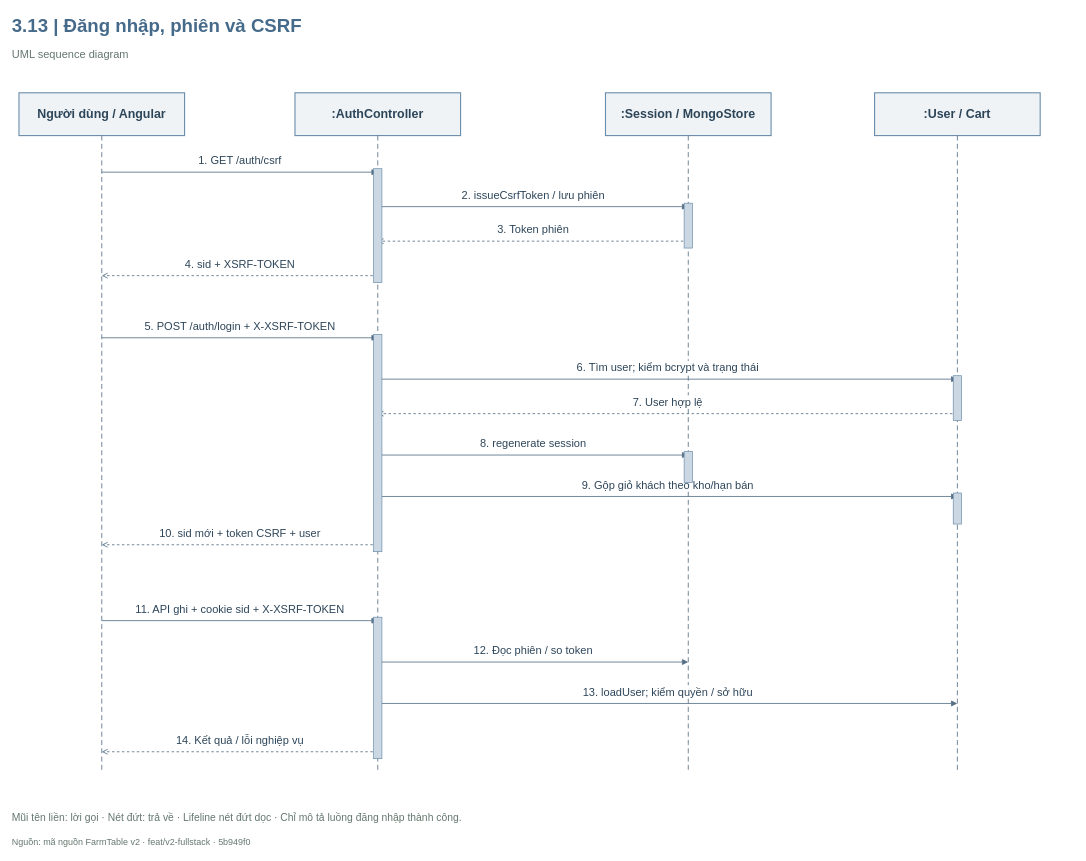
The draw.io diagram FarmTable_Chuong3/So_do_BA/drawio/Hinh_3_13.drawio in hathu1272006-eng/PTWnangcao, before the edit. Source tidied: cells renumbered, new cells numbered last; positions are measured from the earlier drawing's top-left corner, leaving out a move shared by most shapes. Both pictures are drawn from the tidied source at 69%, with x=0, y=0 at pixel (12, 12).
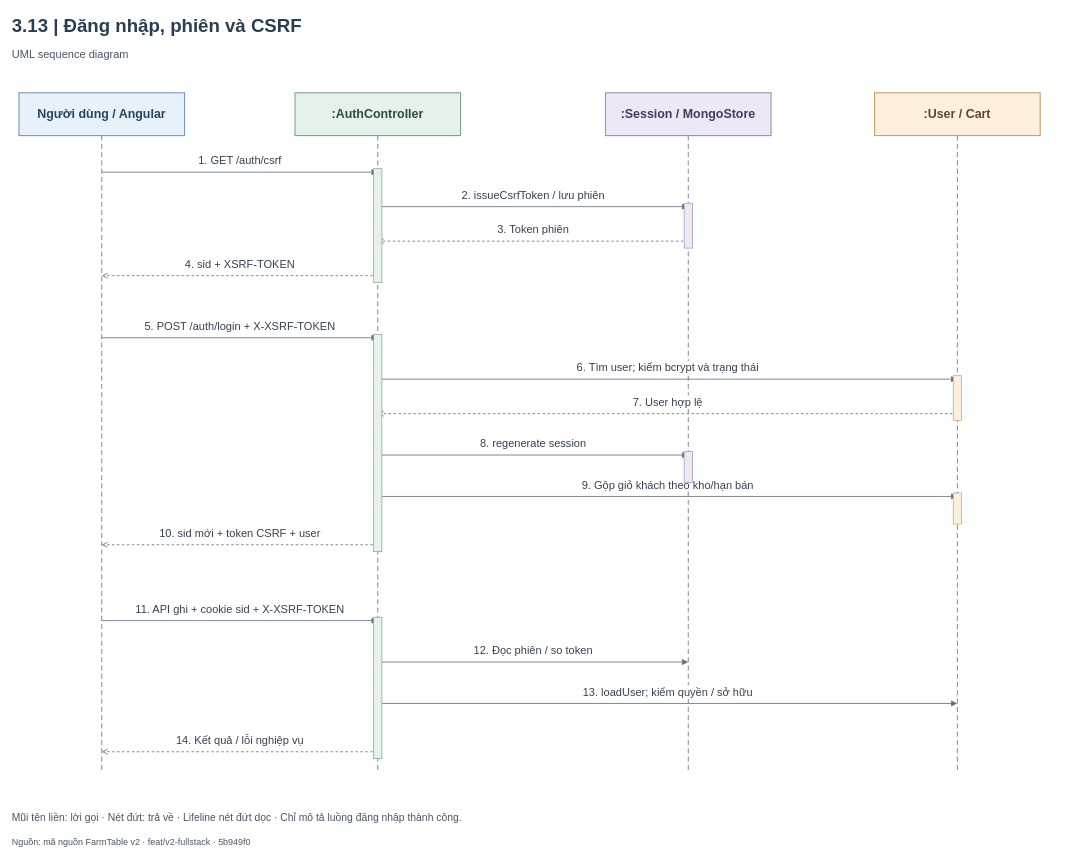
After the change.

Change to the diagram source:
```diff
@@
-    <mxCell id="2" value="3.13  |  Đăng nhập, phiên và CSRF" style="html=1;whiteSpace=wrap;fontFamily=Arial;fontSize=18;strokeColor=#245C47;strokeWidth=1.6;fillColor=#FFFFFF;spacing=8;text;strokeColor=none;fillColor=none;align=left;verticalAlign=middle;fontSize=27;fontStyle=1;spacing=0;fontColor=#466A8A;" parent="1" vertex="1">
+    <mxCell id="2" value="3.13  |  Đăng nhập, phiên và CSRF" style="html=1;whiteSpace=wrap;fontFamily=Arial;fontSize=18;strokeColor=#245C47;strokeWidth=1.6;fillColor=#FFFFFF;spacing=8;text;strokeColor=none;fillColor=none;align=left;verticalAlign=middle;fontSize=27;fontStyle=1;spacing=0;fontColor=#293E50;" parent="1" vertex="1">
       <mxGeometry width="1540" height="40" as="geometry" />
     </mxCell>
-    <mxCell id="3" value="UML sequence diagram" style="html=1;whiteSpace=wrap;fontFamily=Arial;fontSize=18;fontColor=#243B32;strokeColor=#245C47;strokeWidth=1.6;fillColor=#FFFFFF;spacing=8;text;strokeColor=none;fillColor=none;align=left;verticalAlign=middle;fontSize=16;fontStyle=0;fontColor=#64776E;spacing=0;" parent="1" vertex="1">
+    <mxCell id="3" value="UML sequence diagram" style="html=1;whiteSpace=wrap;fontFamily=Arial;fontSize=18;strokeColor=#245C47;strokeWidth=1.6;fillColor=#FFFFFF;spacing=8;text;strokeColor=none;fillColor=none;align=left;verticalAlign=middle;fontSize=16;fontStyle=0;spacing=0;fontColor=#4A5563;" parent="1" vertex="1">
       <mxGeometry y="47" width="1540" height="28" as="geometry" />
     </mxCell>
-    <mxCell id="4" value="Người dùng / Angular" style="html=1;whiteSpace=wrap;fontFamily=Arial;fontSize=18;strokeWidth=1.6;spacing=8;rounded=0;fontStyle=1;fontSize=18;fillColor=#EFF3F6;strokeColor=#6A8DAB;fontColor=#2D4559;" parent="1" vertex="1">
+    <mxCell id="4" value="Người dùng / Angular" style="html=1;whiteSpace=wrap;fontFamily=Arial;fontSize=18;strokeWidth=1.6;spacing=8;rounded=0;fontStyle=1;fontSize=18;fillColor=#E7F1FA;strokeColor=#789AB8;fontColor=#29445A;" parent="1" vertex="1">
       <mxGeometry x="10" y="117" width="240" height="62" as="geometry" />
     </mxCell>
-    <mxCell id="5" style="edgeStyle=none;html=1;endArrow=none;strokeWidth=1.2;dashed=1;dashPattern=6 4;strokeColor=#556F85;fontColor=#2D4559;" parent="1" edge="1">
+    <mxCell id="5" style="edgeStyle=none;html=1;endArrow=none;strokeWidth=1.2;dashed=1;dashPattern=6 4;strokeColor=#65717D;fontColor=#364152;" parent="1" edge="1">
       <mxGeometry relative="1" as="geometry">
         <mxPoint x="130" y="179" as="sourcePoint" />
         <mxPoint x="130" y="1102" as="targetPoint" />
       </mxGeometry>
     </mxCell>
-    <mxCell id="6" value=":AuthController" style="html=1;whiteSpace=wrap;fontFamily=Arial;fontSize=18;strokeWidth=1.6;spacing=8;rounded=0;fontStyle=1;fontSize=18;fillColor=#EFF3F6;strokeColor=#6A8DAB;fontColor=#2D4559;" parent="1" vertex="1">
+    <mxCell id="6" value=":AuthController" style="html=1;whiteSpace=wrap;fontFamily=Arial;fontSize=18;strokeWidth=1.6;spacing=8;rounded=0;fontStyle=1;fontSize=18;fillColor=#E4F2E9;strokeColor=#7FA58B;fontColor=#304D3A;" parent="1" vertex="1">
       <mxGeometry x="410" y="117" width="240" height="62" as="geometry" />
     </mxCell>
-    <mxCell id="7" style="edgeStyle=none;html=1;endArrow=none;strokeWidth=1.2;dashed=1;dashPattern=6 4;strokeColor=#556F85;fontColor=#2D4559;" parent="1" edge="1">
+    <mxCell id="7" style="edgeStyle=none;html=1;endArrow=none;strokeWidth=1.2;dashed=1;dashPattern=6 4;strokeColor=#65717D;fontColor=#364152;" parent="1" edge="1">
       <mxGeometry relative="1" as="geometry">
         <mxPoint x="530" y="179" as="sourcePoint" />
         <mxPoint x="530" y="1102" as="targetPoint" />
       </mxGeometry>
     </mxCell>
-    <mxCell id="8" value=":Session / MongoStore" style="html=1;whiteSpace=wrap;fontFamily=Arial;fontSize=18;strokeWidth=1.6;spacing=8;rounded=0;fontStyle=1;fontSize=18;fillColor=#EFF3F6;strokeColor=#6A8DAB;fontColor=#2D4559;" parent="1" vertex="1">
+    <mxCell id="8" value=":Session / MongoStore" style="html=1;whiteSpace=wrap;fontFamily=Arial;fontSize=18;strokeWidth=1.6;spacing=8;rounded=0;fontStyle=1;fontSize=18;fillColor=#EEE8F6;strokeColor=#A28DB9;fontColor=#49385B;" parent="1" vertex="1">
       <mxGeometry x="860" y="117" width="240" height="62" as="geometry" />
     </mxCell>
-    <mxCell id="9" style="edgeStyle=none;html=1;endArrow=none;strokeWidth=1.2;dashed=1;dashPattern=6 4;strokeColor=#556F85;fontColor=#2D4559;" parent="1" edge="1">
+    <mxCell id="9" style="edgeStyle=none;html=1;endArrow=none;strokeWidth=1.2;dashed=1;dashPattern=6 4;strokeColor=#65717D;fontColor=#364152;" parent="1" edge="1">
       <mxGeometry relative="1" as="geometry">
         <mxPoint x="980" y="179" as="sourcePoint" />
         <mxPoint x="980" y="1102" as="targetPoint" />
       </mxGeometry>
     </mxCell>
-    <mxCell id="10" value=":User / Cart" style="html=1;whiteSpace=wrap;fontFamily=Arial;fontSize=18;strokeWidth=1.6;spacing=8;rounded=0;fontStyle=1;fontSize=18;fillColor=#EFF3F6;strokeColor=#6A8DAB;fontColor=#2D4559;" parent="1" vertex="1">
+    <mxCell id="10" value=":User / Cart" style="html=1;whiteSpace=wrap;fontFamily=Arial;fontSize=18;strokeWidth=1.6;spacing=8;rounded=0;fontStyle=1;fontSize=18;fillColor=#FFF0DD;strokeColor=#C5A06C;fontColor=#5E482C;" parent="1" vertex="1">
       <mxGeometry x="1250" y="117" width="240" height="62" as="geometry" />
     </mxCell>
-    <mxCell id="11" style="edgeStyle=none;html=1;endArrow=none;strokeWidth=1.2;dashed=1;dashPattern=6 4;strokeColor=#556F85;fontColor=#2D4559;" parent="1" edge="1">
+    <mxCell id="11" style="edgeStyle=none;html=1;endArrow=none;strokeWidth=1.2;dashed=1;dashPattern=6 4;strokeColor=#65717D;fontColor=#364152;" parent="1" edge="1">
       <mxGeometry relative="1" as="geometry">
         <mxPoint x="1370" y="179" as="sourcePoint" />
         <mxPoint x="1370" y="1102" as="targetPoint" />
       </mxGeometry>
     </mxCell>
-    <mxCell id="12" value="1. GET /auth/csrf" style="edgeStyle=none;html=1;endArrow=none;strokeWidth=1.2;endArrow=block;endFill=1;fontSize=16;labelBackgroundColor=#FFFFFF;verticalAlign=bottom;spacingBottom=5;strokeColor=#556F85;fontColor=#2D4559;" parent="1" edge="1">
+    <mxCell id="12" value="1. GET /auth/csrf" style="edgeStyle=none;html=1;endArrow=none;strokeWidth=1.2;endArrow=block;endFill=1;fontSize=16;labelBackgroundColor=#FFFFFF;verticalAlign=bottom;spacingBottom=5;strokeColor=#65717D;fontColor=#364152;" parent="1" edge="1">
       <mxGeometry relative="1" as="geometry">
         <mxPoint x="130" y="232" as="sourcePoint" />
         <mxPoint x="530" y="232" as="targetPoint" />
       </mxGeometry>
     </mxCell>
-    <mxCell id="13" value="2. issueCsrfToken / lưu phiên" style="edgeStyle=none;html=1;endArrow=none;strokeWidth=1.2;endArrow=block;endFill=1;fontSize=16;labelBackgroundColor=#FFFFFF;verticalAlign=bottom;spacingBottom=5;strokeColor=#556F85;fontColor=#2D4559;" parent="1" edge="1">
+    <mxCell id="13" value="2. issueCsrfToken / lưu phiên" style="edgeStyle=none;html=1;endArrow=none;strokeWidth=1.2;endArrow=block;endFill=1;fontSize=16;labelBackgroundColor=#FFFFFF;verticalAlign=bottom;spacingBottom=5;strokeColor=#65717D;fontColor=#364152;" parent="1" edge="1">
       <mxGeometry relative="1" as="geometry">
         <mxPoint x="530" y="282" as="sourcePoint" />
         <mxPoint x="980" y="282" as="targetPoint" />
       </mxGeometry>
     </mxCell>
-    <mxCell id="14" value="3. Token phiên" style="edgeStyle=none;html=1;endArrow=none;strokeWidth=1.2;endArrow=open;endFill=0;dashed=1;fontSize=16;labelBackgroundColor=#FFFFFF;verticalAlign=bottom;spacingBottom=5;strokeColor=#556F85;fontColor=#2D4559;" parent="1" edge="1">
+    <mxCell id="14" value="3. Token phiên" style="edgeStyle=none;html=1;endArrow=none;strokeWidth=1.2;endArrow=open;endFill=0;dashed=1;fontSize=16;labelBackgroundColor=#FFFFFF;verticalAlign=bottom;spacingBottom=5;strokeColor=#65717D;fontColor=#364152;" parent="1" edge="1">
       <mxGeometry relative="1" as="geometry">
         <mxPoint x="980" y="332" as="sourcePoint" />
         <mxPoint x="530" y="332" as="targetPoint" />
       </mxGeometry>
     </mxCell>
-    <mxCell id="15" value="4. sid + XSRF-TOKEN" style="edgeStyle=none;html=1;endArrow=none;strokeWidth=1.2;endArrow=open;endFill=0;dashed=1;fontSize=16;labelBackgroundColor=#FFFFFF;verticalAlign=bottom;spacingBottom=5;strokeColor=#556F85;fontColor=#2D4559;" parent="1" edge="1">
+    <mxCell id="15" value="4. sid + XSRF-TOKEN" style="edgeStyle=none;html=1;endArrow=none;strokeWidth=1.2;endArrow=open;endFill=0;dashed=1;fontSize=16;labelBackgroundColor=#FFFFFF;verticalAlign=bottom;spacingBottom=5;strokeColor=#65717D;fontColor=#364152;" parent="1" edge="1">
       <mxGeometry relative="1" as="geometry">
         <mxPoint x="530" y="382" as="sourcePoint" />
         <mxPoint x="130" y="382" as="targetPoint" />
       </mxGeometry>
     </mxCell>
-    <mxCell id="16" value="5. POST /auth/login + X-XSRF-TOKEN" style="edgeStyle=none;html=1;endArrow=none;strokeWidth=1.2;endArrow=block;endFill=1;fontSize=16;labelBackgroundColor=#FFFFFF;verticalAlign=bottom;spacingBottom=5;strokeColor=#556F85;fontColor=#2D4559;" parent="1" edge="1">
+    <mxCell id="16" value="5. POST /auth/login + X-XSRF-TOKEN" style="edgeStyle=none;html=1;endArrow=none;strokeWidth=1.2;endArrow=block;endFill=1;fontSize=16;labelBackgroundColor=#FFFFFF;verticalAlign=bottom;spacingBottom=5;strokeColor=#65717D;fontColor=#364152;" parent="1" edge="1">
       <mxGeometry relative="1" as="geometry">
         <mxPoint x="130" y="472" as="sourcePoint" />
         <mxPoint x="530" y="472" as="targetPoint" />
       </mxGeometry>
     </mxCell>
-    <mxCell id="17" value="6. Tìm user; kiểm bcrypt và trạng thái" style="edgeStyle=none;html=1;endArrow=none;strokeWidth=1.2;endArrow=block;endFill=1;fontSize=16;labelBackgroundColor=#FFFFFF;verticalAlign=bottom;spacingBottom=5;strokeColor=#556F85;fontColor=#2D4559;" parent="1" edge="1">
+    <mxCell id="17" value="6. Tìm user; kiểm bcrypt và trạng thái" style="edgeStyle=none;html=1;endArrow=none;strokeWidth=1.2;endArrow=block;endFill=1;fontSize=16;labelBackgroundColor=#FFFFFF;verticalAlign=bottom;spacingBottom=5;strokeColor=#65717D;fontColor=#364152;" parent="1" edge="1">
       <mxGeometry relative="1" as="geometry">
         <mxPoint x="530" y="532" as="sourcePoint" />
         <mxPoint x="1370" y="532" as="targetPoint" />
       </mxGeometry>
     </mxCell>
-    <mxCell id="18" value="7. User hợp lệ" style="edgeStyle=none;html=1;endArrow=none;strokeWidth=1.2;endArrow=open;endFill=0;dashed=1;fontSize=16;labelBackgroundColor=#FFFFFF;verticalAlign=bottom;spacingBottom=5;strokeColor=#556F85;fontColor=#2D4559;" parent="1" edge="1">
+    <mxCell id="18" value="7. User hợp lệ" style="edgeStyle=none;html=1;endArrow=none;strokeWidth=1.2;endArrow=open;endFill=0;dashed=1;fontSize=16;labelBackgroundColor=#FFFFFF;verticalAlign=bottom;spacingBottom=5;strokeColor=#65717D;fontColor=#364152;" parent="1" edge="1">
       <mxGeometry relative="1" as="geometry">
         <mxPoint x="1370" y="582" as="sourcePoint" />
         <mxPoint x="530" y="582" as="targetPoint" />
       </mxGeometry>
     </mxCell>
-    <mxCell id="19" value="8. regenerate session" style="edgeStyle=none;html=1;endArrow=none;strokeWidth=1.2;endArrow=block;endFill=1;fontSize=16;labelBackgroundColor=#FFFFFF;verticalAlign=bottom;spacingBottom=5;strokeColor=#556F85;fontColor=#2D4559;" parent="1" edge="1">
+    <mxCell id="19" value="8. regenerate session" style="edgeStyle=none;html=1;endArrow=none;strokeWidth=1.2;endArrow=block;endFill=1;fontSize=16;labelBackgroundColor=#FFFFFF;verticalAlign=bottom;spacingBottom=5;strokeColor=#65717D;fontColor=#364152;" parent="1" edge="1">
       <mxGeometry relative="1" as="geometry">
         <mxPoint x="530" y="642" as="sourcePoint" />
         <mxPoint x="980" y="642" as="targetPoint" />
       </mxGeometry>
     </mxCell>
-    <mxCell id="20" value="9. Gộp giỏ khách theo kho/hạn bán" style="edgeStyle=none;html=1;endArrow=none;strokeWidth=1.2;endArrow=block;endFill=1;fontSize=16;labelBackgroundColor=#FFFFFF;verticalAlign=bottom;spacingBottom=5;strokeColor=#556F85;fontColor=#2D4559;" parent="1" edge="1">
+    <mxCell id="20" value="9. Gộp giỏ khách theo kho/hạn bán" style="edgeStyle=none;html=1;endArrow=none;strokeWidth=1.2;endArrow=block;endFill=1;fontSize=16;labelBackgroundColor=#FFFFFF;verticalAlign=bottom;spacingBottom=5;strokeColor=#65717D;fontColor=#364152;" parent="1" edge="1">
       <mxGeometry relative="1" as="geometry">
         <mxPoint x="530" y="702" as="sourcePoint" />
         <mxPoint x="1370" y="702" as="targetPoint" />
       </mxGeometry>
     </mxCell>
-    <mxCell id="21" value="10. sid mới + token CSRF + user" style="edgeStyle=none;html=1;endArrow=none;strokeWidth=1.2;endArrow=open;endFill=0;dashed=1;fontSize=16;labelBackgroundColor=#FFFFFF;verticalAlign=bottom;spacingBottom=5;strokeColor=#556F85;fontColor=#2D4559;" parent="1" edge="1">
+    <mxCell id="21" value="10. sid mới + token CSRF + user" style="edgeStyle=none;html=1;endArrow=none;strokeWidth=1.2;endArrow=open;endFill=0;dashed=1;fontSize=16;labelBackgroundColor=#FFFFFF;verticalAlign=bottom;spacingBottom=5;strokeColor=#65717D;fontColor=#364152;" parent="1" edge="1">
       <mxGeometry relative="1" as="geometry">
         <mxPoint x="530" y="772" as="sourcePoint" />
         <mxPoint x="130" y="772" as="targetPoint" />
       </mxGeometry>
     </mxCell>
-    <mxCell id="22" value="11. API ghi + cookie sid + X-XSRF-TOKEN" style="edgeStyle=none;html=1;endArrow=none;strokeWidth=1.2;endArrow=block;endFill=1;fontSize=16;labelBackgroundColor=#FFFFFF;verticalAlign=bottom;spacingBottom=5;strokeColor=#556F85;fontColor=#2D4559;" parent="1" edge="1">
+    <mxCell id="22" value="11. API ghi + cookie sid + X-XSRF-TOKEN" style="edgeStyle=none;html=1;endArrow=none;strokeWidth=1.2;endArrow=block;endFill=1;fontSize=16;labelBackgroundColor=#FFFFFF;verticalAlign=bottom;spacingBottom=5;strokeColor=#65717D;fontColor=#364152;" parent="1" edge="1">
       <mxGeometry relative="1" as="geometry">
         <mxPoint x="130" y="882" as="sourcePoint" />
         <mxPoint x="530" y="882" as="targetPoint" />
       </mxGeometry>
     </mxCell>
-    <mxCell id="23" value="12. Đọc phiên / so token" style="edgeStyle=none;html=1;endArrow=none;strokeWidth=1.2;endArrow=block;endFill=1;fontSize=16;labelBackgroundColor=#FFFFFF;verticalAlign=bottom;spacingBottom=5;strokeColor=#556F85;fontColor=#2D4559;" parent="1" edge="1">
+    <mxCell id="23" value="12. Đọc phiên / so token" style="edgeStyle=none;html=1;endArrow=none;strokeWidth=1.2;endArrow=block;endFill=1;fontSize=16;labelBackgroundColor=#FFFFFF;verticalAlign=bottom;spacingBottom=5;strokeColor=#65717D;fontColor=#364152;" parent="1" edge="1">
       <mxGeometry relative="1" as="geometry">
         <mxPoint x="530" y="942" as="sourcePoint" />
         <mxPoint x="980" y="942" as="targetPoint" />
       </mxGeometry>
     </mxCell>
-    <mxCell id="24" value="13. loadUser; kiểm quyền / sở hữu" style="edgeStyle=none;html=1;endArrow=none;strokeWidth=1.2;endArrow=block;endFill=1;fontSize=16;labelBackgroundColor=#FFFFFF;verticalAlign=bottom;spacingBottom=5;strokeColor=#556F85;fontColor=#2D4559;" parent="1" edge="1">
+    <mxCell id="24" value="13. loadUser; kiểm quyền / sở hữu" style="edgeStyle=none;html=1;endArrow=none;strokeWidth=1.2;endArrow=block;endFill=1;fontSize=16;labelBackgroundColor=#FFFFFF;verticalAlign=bottom;spacingBottom=5;strokeColor=#65717D;fontColor=#364152;" parent="1" edge="1">
       <mxGeometry relative="1" as="geometry">
         <mxPoint x="530" y="1002" as="sourcePoint" />
         <mxPoint x="1370" y="1002" as="targetPoint" />
       </mxGeometry>
     </mxCell>
-    <mxCell id="25" value="14. Kết quả / lỗi nghiệp vụ" style="edgeStyle=none;html=1;endArrow=none;strokeWidth=1.2;endArrow=open;endFill=0;dashed=1;fontSize=16;labelBackgroundColor=#FFFFFF;verticalAlign=bottom;spacingBottom=5;strokeColor=#556F85;fontColor=#2D4559;" parent="1" edge="1">
+    <mxCell id="25" value="14. Kết quả / lỗi nghiệp vụ" style="edgeStyle=none;html=1;endArrow=none;strokeWidth=1.2;endArrow=open;endFill=0;dashed=1;fontSize=16;labelBackgroundColor=#FFFFFF;verticalAlign=bottom;spacingBottom=5;strokeColor=#65717D;fontColor=#364152;" parent="1" edge="1">
       <mxGeometry relative="1" as="geometry">
         <mxPoint x="530" y="1072" as="sourcePoint" />
         <mxPoint x="130" y="1072" as="targetPoint" />
       </mxGeometry>
     </mxCell>
-    <mxCell id="26" style="html=1;whiteSpace=wrap;fontFamily=Arial;fontSize=18;strokeWidth=1.6;spacing=8;rounded=0;strokeWidth=1;fillColor=#CBD7E2;strokeColor=#6A8DAB;fontColor=#2D4559;" parent="1" vertex="1">
+    <mxCell id="26" style="html=1;whiteSpace=wrap;fontFamily=Arial;fontSize=18;strokeWidth=1.6;spacing=8;rounded=0;strokeWidth=1;fillColor=#E4F2E9;strokeColor=#7FA58B;fontColor=#304D3A;" parent="1" vertex="1">
       <mxGeometry x="524" y="227" width="12" height="165" as="geometry" />
     </mxCell>
-    <mxCell id="27" style="html=1;whiteSpace=wrap;fontFamily=Arial;fontSize=18;strokeWidth=1.6;spacing=8;rounded=0;strokeWidth=1;fillColor=#CBD7E2;strokeColor=#6A8DAB;fontColor=#2D4559;" parent="1" vertex="1">
+    <mxCell id="27" style="html=1;whiteSpace=wrap;fontFamily=Arial;fontSize=18;strokeWidth=1.6;spacing=8;rounded=0;strokeWidth=1;fillColor=#E4F2E9;strokeColor=#7FA58B;fontColor=#304D3A;" parent="1" vertex="1">
       <mxGeometry x="524" y="467" width="12" height="315" as="geometry" />
     </mxCell>
-    <mxCell id="28" style="html=1;whiteSpace=wrap;fontFamily=Arial;fontSize=18;strokeWidth=1.6;spacing=8;rounded=0;strokeWidth=1;fillColor=#CBD7E2;strokeColor=#6A8DAB;fontColor=#2D4559;" parent="1" vertex="1">
+    <mxCell id="28" style="html=1;whiteSpace=wrap;fontFamily=Arial;fontSize=18;strokeWidth=1.6;spacing=8;rounded=0;strokeWidth=1;fillColor=#E4F2E9;strokeColor=#7FA58B;fontColor=#304D3A;" parent="1" vertex="1">
       <mxGeometry x="524" y="877" width="12" height="205" as="geometry" />
     </mxCell>
-    <mxCell id="29" style="html=1;whiteSpace=wrap;fontFamily=Arial;fontSize=18;strokeWidth=1.6;spacing=8;rounded=0;strokeWidth=1;fillColor=#CBD7E2;strokeColor=#6A8DAB;fontColor=#2D4559;" parent="1" vertex="1">
+    <mxCell id="29" style="html=1;whiteSpace=wrap;fontFamily=Arial;fontSize=18;strokeWidth=1.6;spacing=8;rounded=0;strokeWidth=1;fillColor=#EEE8F6;strokeColor=#A28DB9;fontColor=#49385B;" parent="1" vertex="1">
       <mxGeometry x="974" y="277" width="12" height="65" as="geometry" />
     </mxCell>
-    <mxCell id="30" style="html=1;whiteSpace=wrap;fontFamily=Arial;fontSize=18;strokeWidth=1.6;spacing=8;rounded=0;strokeWidth=1;fillColor=#CBD7E2;strokeColor=#6A8DAB;fontColor=#2D4559;" parent="1" vertex="1">
+    <mxCell id="30" style="html=1;whiteSpace=wrap;fontFamily=Arial;fontSize=18;strokeWidth=1.6;spacing=8;rounded=0;strokeWidth=1;fillColor=#EEE8F6;strokeColor=#A28DB9;fontColor=#49385B;" parent="1" vertex="1">
       <mxGeometry x="974" y="637" width="12" height="45" as="geometry" />
     </mxCell>
-    <mxCell id="31" style="html=1;whiteSpace=wrap;fontFamily=Arial;fontSize=18;strokeWidth=1.6;spacing=8;rounded=0;strokeWidth=1;fillColor=#CBD7E2;strokeColor=#6A8DAB;fontColor=#2D4559;" parent="1" vertex="1">
+    <mxCell id="31" style="html=1;whiteSpace=wrap;fontFamily=Arial;fontSize=18;strokeWidth=1.6;spacing=8;rounded=0;strokeWidth=1;fillColor=#FFF0DD;strokeColor=#C5A06C;fontColor=#5E482C;" parent="1" vertex="1">
       <mxGeometry x="1364" y="527" width="12" height="65" as="geometry" />
     </mxCell>
-    <mxCell id="32" style="html=1;whiteSpace=wrap;fontFamily=Arial;fontSize=18;strokeWidth=1.6;spacing=8;rounded=0;strokeWidth=1;fillColor=#CBD7E2;strokeColor=#6A8DAB;fontColor=#2D4559;" parent="1" vertex="1">
+    <mxCell id="32" style="html=1;whiteSpace=wrap;fontFamily=Arial;fontSize=18;strokeWidth=1.6;spacing=8;rounded=0;strokeWidth=1;fillColor=#FFF0DD;strokeColor=#C5A06C;fontColor=#5E482C;" parent="1" vertex="1">
       <mxGeometry x="1364" y="697" width="12" height="45" as="geometry" />
     </mxCell>
-    <mxCell id="33" value="Mũi tên liền: lời gọi · Nét đứt: trả về · Lifeline nét đứt dọc · Chỉ mô tả luồng đăng nhập thành công." style="html=1;whiteSpace=wrap;fontFamily=Arial;fontSize=18;fontColor=#243B32;strokeColor=#245C47;strokeWidth=1.6;fillColor=#FFFFFF;spacing=8;text;strokeColor=none;fillColor=none;align=left;verticalAlign=middle;fontSize=15;fontStyle=0;fontColor=#64776E;spacing=0;" parent="1" vertex="1">
+    <mxCell id="33" value="Mũi tên liền: lời gọi · Nét đứt: trả về · Lifeline nét đứt dọc · Chỉ mô tả luồng đăng nhập thành công." style="html=1;whiteSpace=wrap;fontFamily=Arial;fontSize=18;strokeColor=#245C47;strokeWidth=1.6;fillColor=#FFFFFF;spacing=8;text;strokeColor=none;fillColor=none;align=left;verticalAlign=middle;fontSize=15;fontStyle=0;spacing=0;fontColor=#4A5563;" parent="1" vertex="1">
       <mxGeometry y="1149" width="1540" height="35" as="geometry" />
     </mxCell>
-    <mxCell id="34" value="Nguồn: mã nguồn FarmTable v2 · feat/v2-fullstack · 5b949f0" style="html=1;whiteSpace=wrap;fontFamily=Arial;fontSize=18;fontColor=#243B32;strokeColor=#245C47;strokeWidth=1.6;fillColor=#FFFFFF;spacing=8;text;strokeColor=none;fillColor=none;align=left;verticalAlign=middle;fontSize=13;fontStyle=0;fontColor=#64776E;spacing=0;" parent="1" vertex="1">
+    <mxCell id="34" value="Nguồn: mã nguồn FarmTable v2 · feat/v2-fullstack · 5b949f0" style="html=1;whiteSpace=wrap;fontFamily=Arial;fontSize=18;strokeColor=#245C47;strokeWidth=1.6;fillColor=#FFFFFF;spacing=8;text;strokeColor=none;fillColor=none;align=left;verticalAlign=middle;fontSize=13;fontStyle=0;spacing=0;fontColor=#4A5563;" parent="1" vertex="1">
       <mxGeometry y="1190" width="1540" height="24" as="geometry" />
     </mxCell>
```
